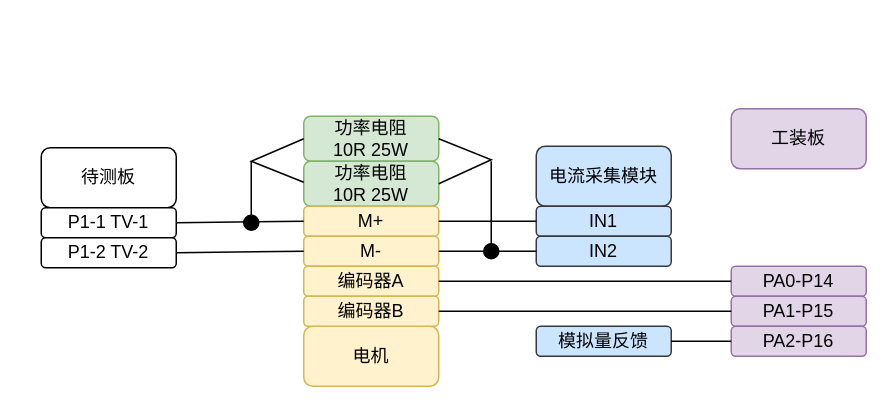
Hanye1108/drawio keeps this draw.io diagram as NMC215.drawio. Above is the earlier version. Source tidied: cells renumbered, new cells numbered last; positions are measured from the earlier drawing's top-left corner, leaving out a move shared by most shapes. Both pictures are drawn from the tidied source at 150%, with x=0, y=0 at pixel (40, 108).
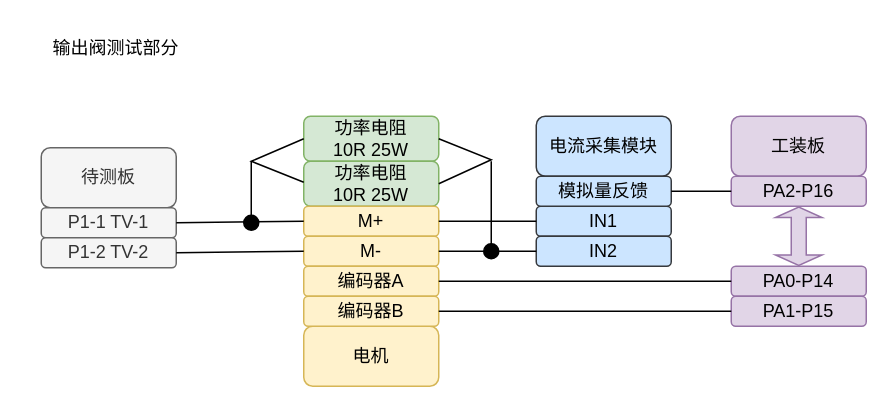
After the change.

Unchanged cells that the change refers to:
```xml
<mxCell id="17" value="PA0-P14" style="rounded=1;whiteSpace=wrap;html=1;fillColor=#e1d5e7;strokeColor=#9673a6;" parent="1" vertex="1">
  <mxGeometry x="460" y="105" width="90" height="20" as="geometry" />
</mxCell>
```

Change to the diagram source:
```diff
@@
-    <mxCell id="7" value="待测板" style="rounded=1;whiteSpace=wrap;html=1;" parent="1" vertex="1">
+    <mxCell id="7" value="待测板" style="rounded=1;whiteSpace=wrap;html=1;fillColor=#f5f5f5;fontColor=#333333;strokeColor=#666666;" parent="1" vertex="1">
       <mxGeometry y="26" width="90" height="40" as="geometry" />
     </mxCell>
-    <mxCell id="8" value="P1-1 TV-1" style="rounded=1;whiteSpace=wrap;html=1;" parent="1" vertex="1">
+    <mxCell id="8" value="P1-1 TV-1" style="rounded=1;whiteSpace=wrap;html=1;fillColor=#f5f5f5;fontColor=#333333;strokeColor=#666666;" parent="1" vertex="1">
       <mxGeometry y="66" width="90" height="20" as="geometry" />
     </mxCell>
-    <mxCell id="9" value="P1-2 TV-2" style="rounded=1;whiteSpace=wrap;html=1;" parent="1" vertex="1">
+    <mxCell id="9" value="P1-2 TV-2" style="rounded=1;whiteSpace=wrap;html=1;fillColor=#f5f5f5;fontColor=#333333;strokeColor=#666666;" parent="1" vertex="1">
       <mxGeometry y="86" width="90" height="20" as="geometry" />
     </mxCell>
@@
     <mxCell id="12" value="电流采集模块" style="rounded=1;whiteSpace=wrap;html=1;fillColor=#cce5ff;strokeColor=#36393d;" parent="1" vertex="1">
-      <mxGeometry x="330" y="25" width="90" height="40" as="geometry" />
+      <mxGeometry x="330" y="5" width="90" height="40" as="geometry" />
     </mxCell>
@@
     <mxCell id="15" value="模拟量反馈" style="rounded=1;whiteSpace=wrap;html=1;fillColor=#cce5ff;strokeColor=#36393d;" parent="1" vertex="1">
-      <mxGeometry x="330" y="145" width="90" height="20" as="geometry" />
+      <mxGeometry x="330" y="45" width="90" height="20" as="geometry" />
     </mxCell>
     <mxCell id="16" value="工装板" style="rounded=1;whiteSpace=wrap;html=1;fillColor=#e1d5e7;strokeColor=#9673a6;" parent="1" vertex="1">
-      <mxGeometry x="460" width="90" height="40" as="geometry" />
+      <mxGeometry x="460" y="5" width="90" height="40" as="geometry" />
     </mxCell>
@@
     <mxCell id="19" value="PA2-P16" style="rounded=1;whiteSpace=wrap;html=1;fillColor=#e1d5e7;strokeColor=#9673a6;" parent="1" vertex="1">
-      <mxGeometry x="460" y="145" width="90" height="20" as="geometry" />
+      <mxGeometry x="460" y="45" width="90" height="20" as="geometry" />
     </mxCell>
@@
-    <mxCell id="25" style="endArrow=none;html=1;rounded=0;entryX=0;entryY=0.5;entryDx=0;entryDy=0;exitX=1;exitY=0.5;exitDx=0;exitDy=0;" parent="1" edge="1" source="15" target="19">
-      <mxGeometry relative="1" as="geometry" />
-    </mxCell>
@@
+    <mxCell id="25" style="endArrow=none;html=1;rounded=0;entryX=0;entryY=0.5;entryDx=0;entryDy=0;exitX=1;exitY=0.5;exitDx=0;exitDy=0;" parent="1" edge="1" source="15" target="19">
+      <mxGeometry relative="1" as="geometry" />
+    </mxCell>
+    <mxCell id="34" style="shape=flexArrow;endArrow=classic;startArrow=classic;html=1;rounded=0;entryX=0.5;entryY=1;entryDx=0;entryDy=0;exitX=0.5;exitY=0;exitDx=0;exitDy=0;strokeWidth=1;endSize=2;startSize=2;fillColor=#e1d5e7;strokeColor=#9673a6;" parent="1" edge="1" source="17" target="19">
+      <mxGeometry relative="1" as="geometry" />
+    </mxCell>
+    <mxCell id="35" value="输出阀测试部分" style="text;strokeColor=none;align=center;fillColor=none;html=1;verticalAlign=middle;whiteSpace=wrap;rounded=0;" parent="1" vertex="1">
+      <mxGeometry x="-10" y="-55" width="120" height="30" as="geometry" />
+    </mxCell>
```
